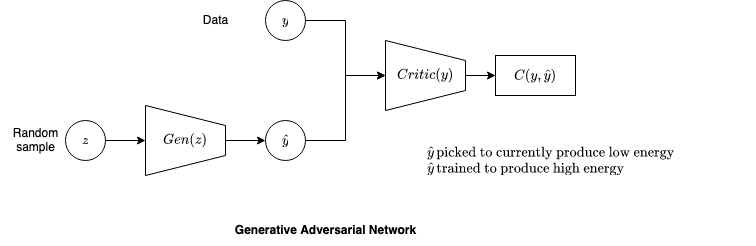
This is machine_learning/diagrams/gan.drawio.png from analytiq-hub/sigagent.github.io, a draw.io export, as it was before one commit. Source tidied: cells renumbered, new cells last; positions are measured from the earlier drawing's top-left corner, leaving out a move shared by most shapes.
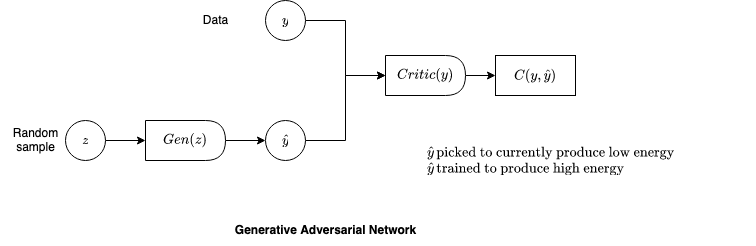
The same diagram one commit later.

What changed in the source:
```diff
@@ -2,8 +2,10 @@
   <root>
     <mxCell id="0" />
     <mxCell id="1" parent="0" />
-    <mxCell id="2" style="edgeStyle=orthogonalEdgeStyle;rounded=0;jettySize=auto;html=1;exitX=1;exitY=0.5;exitDx=0;exitDy=0;entryX=0.5;entryY=1;entryDx=0;entryDy=0;" parent="1" edge="1" source="3" target="8">
-      <mxGeometry relative="1" as="geometry" />
+    <mxCell id="2" style="edgeStyle=orthogonalEdgeStyle;rounded=0;jettySize=auto;html=1;exitX=1;exitY=0.5;exitDx=0;exitDy=0;entryX=0.5;entryY=1;entryDx=0;entryDy=0;" parent="1" edge="1" source="3">
+      <mxGeometry relative="1" as="geometry">
+        <mxPoint x="145" y="140" as="targetPoint" />
+      </mxGeometry>
     </mxCell>
     <mxCell id="3" value="$$z$$" style="ellipse;whiteSpace=wrap;html=1;" parent="1" vertex="1">
       <mxGeometry x="65" y="120" width="40" height="40" as="geometry" />
@@ -17,19 +19,18 @@
     <mxCell id="6" value="$$C(y, \hat{y})$$" style="rounded=0;whiteSpace=wrap;html=1;" parent="1" vertex="1">
       <mxGeometry x="495" y="55" width="80" height="40" as="geometry" />
     </mxCell>
-    <mxCell id="7" style="edgeStyle=orthogonalEdgeStyle;rounded=0;jettySize=auto;html=1;exitX=0.5;exitY=0;exitDx=0;exitDy=0;entryX=0;entryY=0.5;entryDx=0;entryDy=0;" parent="1" edge="1" source="8" target="10">
-      <mxGeometry relative="1" as="geometry" />
+    <mxCell id="7" style="edgeStyle=orthogonalEdgeStyle;rounded=0;jettySize=auto;html=1;exitX=0.5;exitY=0;exitDx=0;exitDy=0;entryX=0;entryY=0.5;entryDx=0;entryDy=0;" parent="1" edge="1" target="10">
+      <mxGeometry relative="1" as="geometry">
+        <mxPoint x="225" y="140" as="sourcePoint" />
+      </mxGeometry>
     </mxCell>
-    <mxCell id="8" value="$$Gen(z)$$" style="shape=trapezoid;perimeter=trapezoidPerimeter;whiteSpace=wrap;html=1;fixedSize=1;direction=south;" parent="1" vertex="1">
-      <mxGeometry x="145" y="105" width="80" height="70" as="geometry" />
-    </mxCell>
-    <mxCell id="9" style="edgeStyle=orthogonalEdgeStyle;rounded=0;jettySize=auto;html=1;entryX=0.5;entryY=1;entryDx=0;entryDy=0;" parent="1" edge="1" source="10" target="15">
+    <mxCell id="9" style="edgeStyle=orthogonalEdgeStyle;rounded=0;jettySize=auto;html=1;entryX=0;entryY=0.5;entryDx=0;entryDy=0;" parent="1" edge="1" source="10" target="15">
       <mxGeometry relative="1" as="geometry" />
     </mxCell>
     <mxCell id="10" value="$$\hat{y}$$" style="ellipse;whiteSpace=wrap;html=1;" parent="1" vertex="1">
       <mxGeometry x="265" y="120" width="40" height="40" as="geometry" />
     </mxCell>
-    <mxCell id="11" style="edgeStyle=orthogonalEdgeStyle;rounded=0;jettySize=auto;html=1;exitX=1;exitY=0.5;exitDx=0;exitDy=0;entryX=0.5;entryY=1;entryDx=0;entryDy=0;" parent="1" edge="1" source="12" target="15">
+    <mxCell id="11" style="edgeStyle=orthogonalEdgeStyle;rounded=0;jettySize=auto;html=1;exitX=1;exitY=0.5;exitDx=0;exitDy=0;entryX=0;entryY=0.5;entryDx=0;entryDy=0;" parent="1" edge="1" source="12" target="15">
       <mxGeometry relative="1" as="geometry" />
     </mxCell>
     <mxCell id="12" value="$$y$$" style="ellipse;whiteSpace=wrap;html=1;" parent="1" vertex="1">
@@ -38,14 +39,19 @@
     <mxCell id="13" value="&lt;div&gt;$$\hat{y}\, \text{picked to currently produce low energy}$$&lt;/div&gt;&lt;div&gt;$$\hat{y}\, \text{trained to produce high energy}$$&lt;/div&gt;" style="text;html=1;align=left;verticalAlign=middle;strokeColor=none;fillColor=none;" parent="1" vertex="1">
       <mxGeometry x="425" y="140" width="330" height="40" as="geometry" />
     </mxCell>
-    <mxCell id="14" style="edgeStyle=orthogonalEdgeStyle;rounded=0;jettySize=auto;html=1;exitX=0.5;exitY=0;exitDx=0;exitDy=0;" parent="1" edge="1" source="15" target="6">
-      <mxGeometry relative="1" as="geometry" />
+    <mxCell id="14" style="edgeStyle=orthogonalEdgeStyle;rounded=0;jettySize=auto;html=1;exitX=0.5;exitY=0;exitDx=0;exitDy=0;" parent="1" edge="1" target="6">
+      <mxGeometry relative="1" as="geometry">
+        <mxPoint x="465" y="75" as="sourcePoint" />
+      </mxGeometry>
     </mxCell>
+    <mxCell id="16" value="Data" style="text;html=1;align=center;verticalAlign=middle;strokeColor=none;fillColor=none;" parent="1" vertex="1">
+      <mxGeometry x="190" y="5" width="50" height="30" as="geometry" />
+    </mxCell>
+    <mxCell id="8" value="$$Gen(z)$$" style="shape=delay;whiteSpace=wrap;html=1;" parent="1" vertex="1">
+      <mxGeometry x="145" y="120" width="80" height="40" as="geometry" />
+    </mxCell>
-    <mxCell id="15" value="$$Critic(y)$$" style="shape=trapezoid;perimeter=trapezoidPerimeter;whiteSpace=wrap;html=1;fixedSize=1;direction=south;" parent="1" vertex="1">
-      <mxGeometry x="385" y="40" width="80" height="70" as="geometry" />
+    <mxCell id="15" value="$$Critic(y)$$" style="shape=delay;whiteSpace=wrap;html=1;" parent="1" vertex="1">
+      <mxGeometry x="385" y="55" width="80" height="40" as="geometry" />
     </mxCell>
-    <mxCell id="16" value="Data" style="text;html=1;align=center;verticalAlign=middle;strokeColor=none;fillColor=none;" parent="1" vertex="1">
-      <mxGeometry x="190" y="5" width="50" height="30" as="geometry" />
-    </mxCell>
   </root>
 </mxGraphModel>
```
